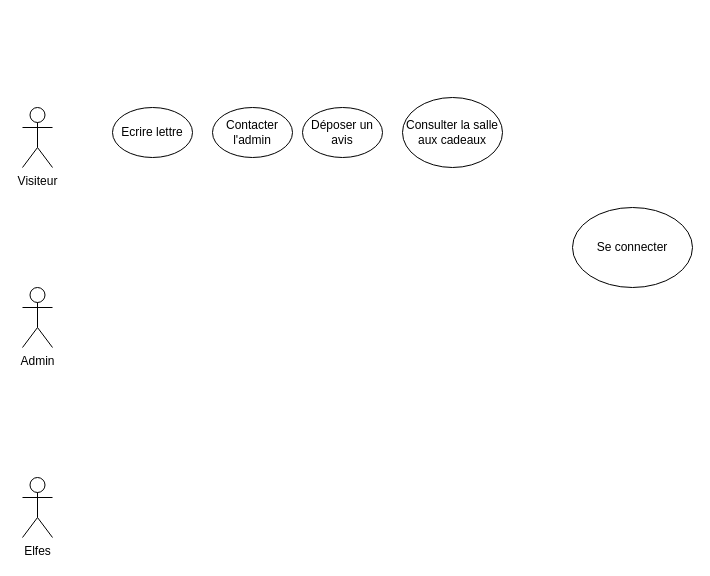
Above: Noel.drawio in eloisedelorme/village_noel (draw.io), before the change. Source tidied: cells renumbered, new cells numbered last; positions are measured from the earlier drawing's top-left corner, leaving out a move shared by most shapes. Both pictures are drawn from the tidied source at 100%, with x=0, y=0 at pixel (22, 97).
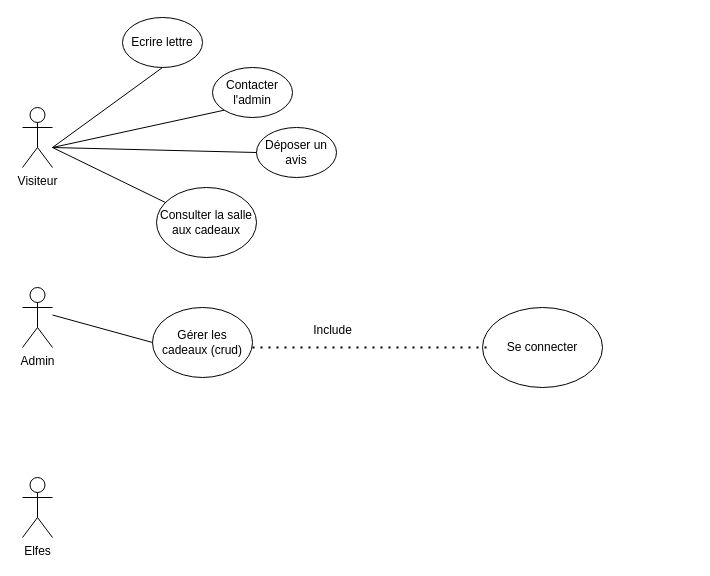
The same page after the edit.

Commit message:
Mettre à jour Noel.drawio

What changed in the source:
```diff
@@
     <mxCell id="5" value="Se connecter" style="ellipse;whiteSpace=wrap;html=1;" parent="1" vertex="1">
-      <mxGeometry x="550" y="110" width="120" height="80" as="geometry" />
+      <mxGeometry x="460" y="210" width="120" height="80" as="geometry" />
     </mxCell>
     <mxCell id="6" value="Ecrire lettre" style="ellipse;whiteSpace=wrap;html=1;" parent="1" vertex="1">
-      <mxGeometry x="90" y="10" width="80" height="50" as="geometry" />
+      <mxGeometry x="100" y="-80" width="80" height="50" as="geometry" />
     </mxCell>
     <mxCell id="7" value="Contacter l'admin" style="ellipse;whiteSpace=wrap;html=1;" parent="1" vertex="1">
-      <mxGeometry x="190" y="10" width="80" height="50" as="geometry" />
+      <mxGeometry x="190" y="-30" width="80" height="50" as="geometry" />
     </mxCell>
     <mxCell id="8" value="Déposer un avis" style="ellipse;whiteSpace=wrap;html=1;" parent="1" vertex="1">
-      <mxGeometry x="280" y="10" width="80" height="50" as="geometry" />
+      <mxGeometry x="234" y="30" width="80" height="50" as="geometry" />
     </mxCell>
     <mxCell id="9" value="Consulter la salle aux cadeaux" style="ellipse;whiteSpace=wrap;html=1;" parent="1" vertex="1">
-      <mxGeometry x="380" width="100" height="70" as="geometry" />
+      <mxGeometry x="134" y="90" width="100" height="70" as="geometry" />
     </mxCell>
+    <mxCell id="10" value="Gérer les cadeaux (crud)" style="ellipse;whiteSpace=wrap;html=1;" parent="1" vertex="1">
+      <mxGeometry x="130" y="210" width="100" height="70" as="geometry" />
+    </mxCell>
+    <mxCell id="11" style="endArrow=none;html=1;rounded=0;entryX=0.5;entryY=1;entryDx=0;entryDy=0;exitX=0;exitY=1;exitDx=0;exitDy=0;" parent="1" edge="1" source="7" target="6">
+      <mxGeometry relative="1" as="geometry">
+        <Array as="points">
+          <mxPoint x="30" y="50" />
+        </Array>
+      </mxGeometry>
+    </mxCell>
+    <mxCell id="12" style="endArrow=none;html=1;rounded=0;" parent="1" edge="1" source="9">
+      <mxGeometry relative="1" as="geometry">
+        <mxPoint x="30" y="50" as="targetPoint" />
+      </mxGeometry>
+    </mxCell>
+    <mxCell id="13" style="endArrow=none;html=1;rounded=0;entryX=0;entryY=0.5;entryDx=0;entryDy=0;" parent="1" edge="1" target="8">
+      <mxGeometry relative="1" as="geometry">
+        <mxPoint x="30" y="50" as="sourcePoint" />
+      </mxGeometry>
+    </mxCell>
+    <mxCell id="14" style="endArrow=none;html=1;rounded=0;exitX=0;exitY=0.5;exitDx=0;exitDy=0;" parent="1" edge="1" source="10">
+      <mxGeometry relative="1" as="geometry">
+        <mxPoint x="30" y="217.5" as="targetPoint" />
+      </mxGeometry>
+    </mxCell>
+    <mxCell id="15" style="endArrow=none;dashed=1;html=1;dashPattern=1 3;strokeWidth=2;rounded=0;" parent="1" edge="1">
+      <mxGeometry relative="1" as="geometry">
+        <mxPoint x="230" y="250" as="sourcePoint" />
+        <mxPoint x="470" y="250" as="targetPoint" />
+      </mxGeometry>
+    </mxCell>
+    <mxCell id="16" value="Include" style="text;html=1;align=center;verticalAlign=middle;strokeColor=none;fillColor=none;" parent="1" vertex="1">
+      <mxGeometry x="280" y="218" width="60" height="30" as="geometry" />
+    </mxCell>
```
